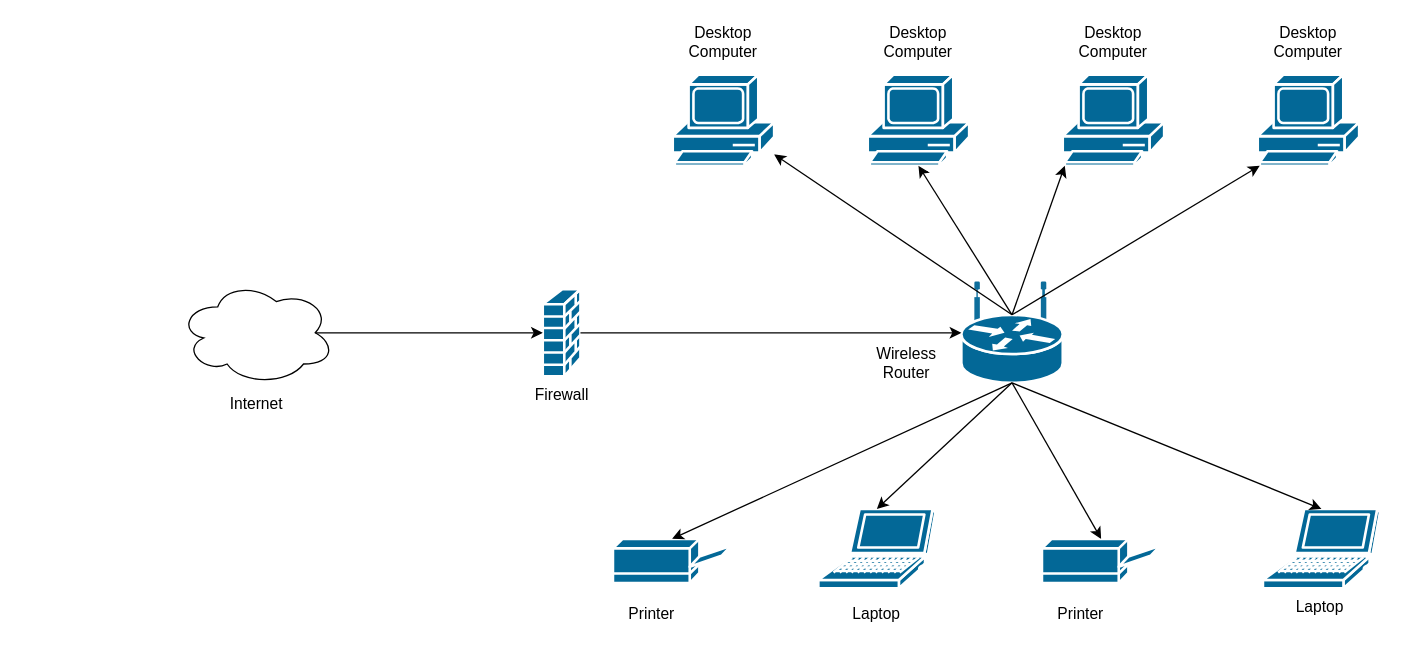
Above: Network Diagram.drawio in julieeesy/Network_Diagram (draw.io), before the change. Source tidied: cells renumbered, new cells numbered last; positions are measured from the earlier drawing's top-left corner, leaving out a move shared by most shapes. Both pictures are drawn from the tidied source at 130%, with x=0, y=0 at pixel (178, 22).
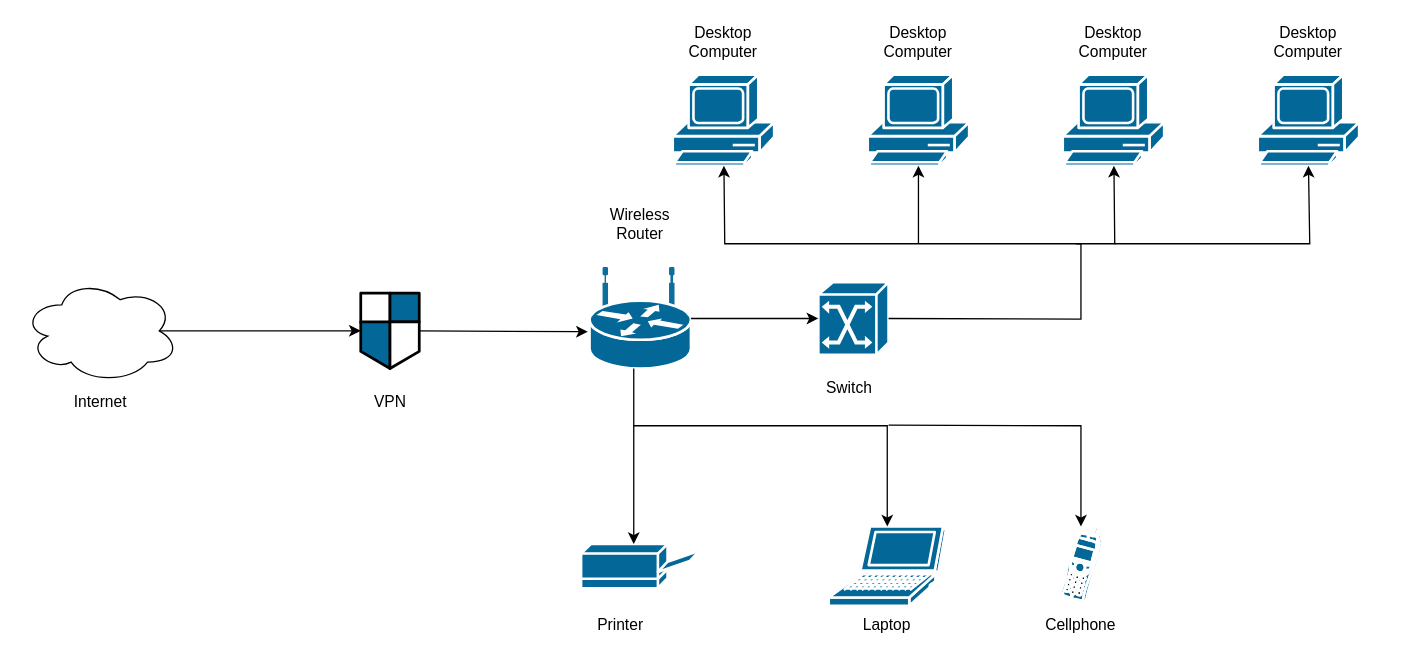
The same diagram, later.

Unchanged cells that the change refers to:
```xml
<mxCell id="2" style="shape=mxgraph.cisco.computers_and_peripherals.pc;sketch=0;html=1;dashed=0;fillColor=#036897;strokeColor=#ffffff;strokeWidth=2;verticalLabelPosition=bottom;verticalAlign=top;align=center;outlineConnect=0;" parent="1" vertex="1">
  <mxGeometry x="380" y="40" width="78" height="70" as="geometry" />
</mxCell>
<mxCell id="3" style="shape=mxgraph.cisco.computers_and_peripherals.pc;sketch=0;html=1;dashed=0;fillColor=#036897;strokeColor=#ffffff;strokeWidth=2;verticalLabelPosition=bottom;verticalAlign=top;align=center;outlineConnect=0;" parent="1" vertex="1">
  <mxGeometry x="680" y="40" width="78" height="70" as="geometry" />
</mxCell>
<mxCell id="4" style="shape=mxgraph.cisco.computers_and_peripherals.pc;sketch=0;html=1;dashed=0;fillColor=#036897;strokeColor=#ffffff;strokeWidth=2;verticalLabelPosition=bottom;verticalAlign=top;align=center;outlineConnect=0;" parent="1" vertex="1">
  <mxGeometry x="530" y="40" width="78" height="70" as="geometry" />
</mxCell>
<mxCell id="5" style="shape=mxgraph.cisco.computers_and_peripherals.pc;sketch=0;html=1;dashed=0;fillColor=#036897;strokeColor=#ffffff;strokeWidth=2;verticalLabelPosition=bottom;verticalAlign=top;align=center;outlineConnect=0;" parent="1" vertex="1">
  <mxGeometry x="830" y="40" width="78" height="70" as="geometry" />
</mxCell>
```

The edit, as a diff of the source:
```diff
@@
     <mxCell id="6" style="shape=mxgraph.cisco.computers_and_peripherals.printer;sketch=0;html=1;dashed=0;fillColor=#036897;strokeColor=#ffffff;strokeWidth=2;verticalLabelPosition=bottom;verticalAlign=top;align=center;outlineConnect=0;" parent="1" vertex="1">
-      <mxGeometry x="334" y="397" width="91" height="34" as="geometry" />
+      <mxGeometry x="309.5" y="401" width="91" height="34" as="geometry" />
     </mxCell>
-    <mxCell id="7" style="shape=mxgraph.cisco.security.firewall;sketch=0;html=1;dashed=0;fillColor=#036897;strokeColor=#ffffff;strokeWidth=2;verticalLabelPosition=bottom;verticalAlign=top;align=center;outlineConnect=0;" parent="1" vertex="1">
-      <mxGeometry x="280" y="205" width="29" height="67" as="geometry" />
-    </mxCell>
-    <mxCell id="8" style="shape=mxgraph.cisco.computers_and_peripherals.printer;sketch=0;html=1;dashed=0;fillColor=#036897;strokeColor=#ffffff;strokeWidth=2;verticalLabelPosition=bottom;verticalAlign=top;align=center;outlineConnect=0;" parent="1" vertex="1">
-      <mxGeometry x="664" y="397" width="91" height="34" as="geometry" />
-    </mxCell>
     <mxCell id="9" style="shape=mxgraph.cisco.computers_and_peripherals.laptop;sketch=0;html=1;dashed=0;fillColor=#036897;strokeColor=#ffffff;strokeWidth=2;verticalLabelPosition=bottom;verticalAlign=top;align=center;outlineConnect=0;" parent="1" vertex="1">
-      <mxGeometry x="492" y="374" width="90" height="61" as="geometry" />
+      <mxGeometry x="500" y="387.5" width="90" height="61" as="geometry" />
     </mxCell>
-    <mxCell id="10" style="shape=mxgraph.cisco.computers_and_peripherals.laptop;sketch=0;html=1;dashed=0;fillColor=#036897;strokeColor=#ffffff;strokeWidth=2;verticalLabelPosition=bottom;verticalAlign=top;align=center;outlineConnect=0;" parent="1" vertex="1">
-      <mxGeometry x="834" y="374" width="90" height="61" as="geometry" />
-    </mxCell>
     <mxCell id="11" style="shape=mxgraph.cisco.routers.wireless_router;sketch=0;html=1;dashed=0;fillColor=#036897;strokeColor=#ffffff;strokeWidth=2;verticalLabelPosition=bottom;verticalAlign=top;align=center;outlineConnect=0;" parent="1" vertex="1">
-      <mxGeometry x="602" y="200" width="78" height="77" as="geometry" />
+      <mxGeometry x="316" y="189" width="78" height="77" as="geometry" />
     </mxCell>
     <mxCell id="12" style="ellipse;shape=cloud;whiteSpace=wrap;html=1;" parent="1" vertex="1">
-      <mxGeometry y="198.5" width="120" height="80" as="geometry" />
+      <mxGeometry x="-120" y="197" width="120" height="80" as="geometry" />
     </mxCell>
-    <mxCell id="13" style="endArrow=classic;html=1;rounded=0;exitX=0.875;exitY=0.5;exitDx=0;exitDy=0;exitPerimeter=0;entryX=0;entryY=0.5;entryDx=0;entryDy=0;entryPerimeter=0;" parent="1" edge="1" source="12" target="7">
+    <mxCell id="13" style="endArrow=classic;html=1;rounded=0;exitX=0.875;exitY=0.5;exitDx=0;exitDy=0;exitPerimeter=0;entryX=0;entryY=0.5;entryDx=0;entryDy=0;entryPerimeter=0;" parent="1" edge="1" source="12" target="35">
       <mxGeometry relative="1" as="geometry" />
     </mxCell>
-    <mxCell id="14" style="endArrow=classic;html=1;rounded=0;exitX=1;exitY=0.5;exitDx=0;exitDy=0;exitPerimeter=0;entryX=0;entryY=0.5;entryDx=0;entryDy=0;entryPerimeter=0;" parent="1" edge="1" source="7" target="11">
+    <mxCell id="14" style="endArrow=classic;html=1;rounded=0;exitX=1;exitY=0.5;exitDx=0;exitDy=0;exitPerimeter=0;entryX=-0.017;entryY=0.632;entryDx=0;entryDy=0;entryPerimeter=0;" parent="1" edge="1" source="35" target="11">
       <mxGeometry relative="1" as="geometry" />
     </mxCell>
-    <mxCell id="15" style="endArrow=classic;html=1;rounded=0;exitX=0.5;exitY=0.32;exitDx=0;exitDy=0;exitPerimeter=0;" parent="1" edge="1" source="11" target="2">
-      <mxGeometry relative="1" as="geometry" />
-    </mxCell>
-    <mxCell id="16" style="endArrow=classic;html=1;rounded=0;exitX=0.5;exitY=0.32;exitDx=0;exitDy=0;exitPerimeter=0;entryX=0.5;entryY=1;entryDx=0;entryDy=0;entryPerimeter=0;" parent="1" edge="1" source="11" target="4">
-      <mxGeometry relative="1" as="geometry" />
-    </mxCell>
-    <mxCell id="17" style="endArrow=classic;html=1;rounded=0;exitX=0.5;exitY=0.32;exitDx=0;exitDy=0;exitPerimeter=0;entryX=0.02;entryY=1;entryDx=0;entryDy=0;entryPerimeter=0;" parent="1" edge="1" source="11" target="3">
-      <mxGeometry relative="1" as="geometry" />
-    </mxCell>
-    <mxCell id="18" style="endArrow=classic;html=1;rounded=0;exitX=0.5;exitY=0.32;exitDx=0;exitDy=0;exitPerimeter=0;entryX=0.02;entryY=1;entryDx=0;entryDy=0;entryPerimeter=0;" parent="1" edge="1" source="11" target="5">
-      <mxGeometry relative="1" as="geometry" />
-    </mxCell>
-    <mxCell id="19" style="endArrow=classic;html=1;rounded=0;exitX=0.5;exitY=1;exitDx=0;exitDy=0;exitPerimeter=0;entryX=0.5;entryY=0;entryDx=0;entryDy=0;entryPerimeter=0;" parent="1" edge="1" source="11" target="6">
-      <mxGeometry relative="1" as="geometry" />
+    <mxCell id="19" style="endArrow=classic;html=1;rounded=0;exitX=0.5;exitY=1;exitDx=0;exitDy=0;exitPerimeter=0;entryX=0.5;entryY=0;entryDx=0;entryDy=0;entryPerimeter=0;" parent="1" edge="1">
+      <mxGeometry relative="1" as="geometry">
+        <mxPoint x="350" y="266" as="sourcePoint" />
+        <mxPoint x="350" y="401" as="targetPoint" />
+      </mxGeometry>
     </mxCell>
-    <mxCell id="20" style="endArrow=classic;html=1;rounded=0;exitX=0.5;exitY=1;exitDx=0;exitDy=0;exitPerimeter=0;entryX=0.5;entryY=0;entryDx=0;entryDy=0;entryPerimeter=0;" parent="1" edge="1" source="11" target="9">
-      <mxGeometry relative="1" as="geometry" />
-    </mxCell>
-    <mxCell id="21" style="endArrow=classic;html=1;rounded=0;exitX=0.5;exitY=1;exitDx=0;exitDy=0;exitPerimeter=0;entryX=0.5;entryY=0;entryDx=0;entryDy=0;entryPerimeter=0;" parent="1" edge="1" source="11" target="8">
-      <mxGeometry relative="1" as="geometry" />
-    </mxCell>
-    <mxCell id="22" style="endArrow=classic;html=1;rounded=0;exitX=0.5;exitY=1;exitDx=0;exitDy=0;exitPerimeter=0;entryX=0.5;entryY=0;entryDx=0;entryDy=0;entryPerimeter=0;" parent="1" edge="1" source="11" target="10">
-      <mxGeometry relative="1" as="geometry" />
-    </mxCell>
     <mxCell id="23" value="Internet" style="text;html=1;strokeColor=none;fillColor=none;align=center;verticalAlign=middle;whiteSpace=wrap;rounded=0;" parent="1" vertex="1">
-      <mxGeometry x="30" y="278.5" width="60" height="30" as="geometry" />
+      <mxGeometry x="-90" y="277" width="60" height="30" as="geometry" />
     </mxCell>
-    <mxCell id="24" value="Firewall" style="text;html=1;strokeColor=none;fillColor=none;align=center;verticalAlign=middle;whiteSpace=wrap;rounded=0;" parent="1" vertex="1">
-      <mxGeometry x="264.5" y="272" width="60" height="30" as="geometry" />
+    <mxCell id="24" value="VPN" style="text;html=1;strokeColor=none;fillColor=none;align=center;verticalAlign=middle;whiteSpace=wrap;rounded=0;" parent="1" vertex="1">
+      <mxGeometry x="132.5" y="277" width="60" height="30" as="geometry" />
     </mxCell>
@@
     <mxCell id="29" value="Printer" style="text;html=1;strokeColor=none;fillColor=none;align=center;verticalAlign=middle;whiteSpace=wrap;rounded=0;" parent="1" vertex="1">
-      <mxGeometry x="334" y="440" width="60" height="30" as="geometry" />
+      <mxGeometry x="309.5" y="448.5" width="60" height="30" as="geometry" />
     </mxCell>
-    <mxCell id="30" value="Printer" style="text;html=1;strokeColor=none;fillColor=none;align=center;verticalAlign=middle;whiteSpace=wrap;rounded=0;" parent="1" vertex="1">
-      <mxGeometry x="664" y="440" width="60" height="30" as="geometry" />
+    <mxCell id="30" value="Cellphone" style="text;html=1;strokeColor=none;fillColor=none;align=center;verticalAlign=middle;whiteSpace=wrap;rounded=0;" parent="1" vertex="1">
+      <mxGeometry x="664" y="448.5" width="60" height="30" as="geometry" />
     </mxCell>
     <mxCell id="31" value="Laptop" style="text;html=1;strokeColor=none;fillColor=none;align=center;verticalAlign=middle;whiteSpace=wrap;rounded=0;" parent="1" vertex="1">
-      <mxGeometry x="507" y="440" width="60" height="30" as="geometry" />
+      <mxGeometry x="515" y="448.5" width="60" height="30" as="geometry" />
     </mxCell>
-    <mxCell id="32" value="Laptop" style="text;html=1;strokeColor=none;fillColor=none;align=center;verticalAlign=middle;whiteSpace=wrap;rounded=0;" parent="1" vertex="1">
-      <mxGeometry x="848" y="435" width="60" height="30" as="geometry" />
-    </mxCell>
     <mxCell id="33" value="Wireless Router" style="text;html=1;strokeColor=none;fillColor=none;align=center;verticalAlign=middle;whiteSpace=wrap;rounded=0;" parent="1" vertex="1">
-      <mxGeometry x="530" y="247" width="60" height="30" as="geometry" />
+      <mxGeometry x="325" y="140" width="60" height="30" as="geometry" />
     </mxCell>
+    <mxCell id="34" style="shape=mxgraph.cisco.switches.atm_switch;sketch=0;html=1;dashed=0;fillColor=#036897;strokeColor=#ffffff;strokeWidth=2;verticalLabelPosition=bottom;verticalAlign=top;align=center;outlineConnect=0;" parent="1" vertex="1">
+      <mxGeometry x="492" y="199.5" width="54" height="56" as="geometry" />
+    </mxCell>
+    <mxCell id="35" style="shape=mxgraph.cisco.security.network_security;sketch=0;html=1;dashed=0;fillColor=#036897;strokeColor=#ffffff;strokeWidth=2;verticalLabelPosition=bottom;verticalAlign=top;align=center;outlineConnect=0;" parent="1" vertex="1">
+      <mxGeometry x="140" y="208" width="45" height="58" as="geometry" />
+    </mxCell>
+    <mxCell id="36" style="endArrow=classic;html=1;rounded=0;entryX=0;entryY=0.5;entryDx=0;entryDy=0;entryPerimeter=0;" parent="1" edge="1" source="11" target="34">
+      <mxGeometry relative="1" as="geometry" />
+    </mxCell>
+    <mxCell id="37" style="endArrow=classic;html=1;rounded=0;exitX=1;exitY=0.5;exitDx=0;exitDy=0;exitPerimeter=0;" parent="1" edge="1" source="34" target="2">
+      <mxGeometry relative="1" as="geometry">
+        <Array as="points">
+          <mxPoint x="694" y="228" />
+          <mxPoint x="694" y="170" />
+          <mxPoint x="420" y="170" />
+        </Array>
+      </mxGeometry>
+    </mxCell>
+    <mxCell id="38" style="endArrow=classic;html=1;rounded=0;" parent="1" edge="1" target="4">
+      <mxGeometry relative="1" as="geometry">
+        <mxPoint x="569" y="170" as="sourcePoint" />
+      </mxGeometry>
+    </mxCell>
+    <mxCell id="39" style="endArrow=classic;html=1;rounded=0;" parent="1" edge="1" target="3">
+      <mxGeometry relative="1" as="geometry">
+        <mxPoint x="690" y="170" as="sourcePoint" />
+        <Array as="points">
+          <mxPoint x="720" y="170" />
+        </Array>
+      </mxGeometry>
+    </mxCell>
+    <mxCell id="40" style="endArrow=classic;html=1;rounded=0;entryX=0.5;entryY=1;entryDx=0;entryDy=0;entryPerimeter=0;" parent="1" edge="1" target="5">
+      <mxGeometry relative="1" as="geometry">
+        <mxPoint x="720" y="170" as="sourcePoint" />
+        <Array as="points">
+          <mxPoint x="870" y="170" />
+        </Array>
+      </mxGeometry>
+    </mxCell>
+    <mxCell id="41" value="Switch" style="text;html=1;strokeColor=none;fillColor=none;align=center;verticalAlign=middle;whiteSpace=wrap;rounded=0;" parent="1" vertex="1">
+      <mxGeometry x="486" y="266" width="60" height="30" as="geometry" />
+    </mxCell>
+    <mxCell id="42" style="endArrow=classic;html=1;rounded=0;" parent="1" edge="1" target="9">
+      <mxGeometry relative="1" as="geometry">
+        <mxPoint x="350" y="310" as="sourcePoint" />
+        <Array as="points">
+          <mxPoint x="545" y="310" />
+        </Array>
+      </mxGeometry>
+    </mxCell>
+    <mxCell id="43" style="shape=mxgraph.cisco.modems_and_phones.cell_phone;sketch=0;html=1;dashed=0;fillColor=#036897;strokeColor=#ffffff;strokeWidth=2;verticalLabelPosition=bottom;verticalAlign=top;align=center;outlineConnect=0;" parent="1" vertex="1">
+      <mxGeometry x="677" y="387.5" width="34" height="58" as="geometry" />
+    </mxCell>
+    <mxCell id="44" style="endArrow=classic;html=1;rounded=0;" parent="1" edge="1" target="43">
+      <mxGeometry relative="1" as="geometry">
+        <mxPoint x="546" y="309.5" as="sourcePoint" />
+        <Array as="points">
+          <mxPoint x="694" y="310" />
+        </Array>
+      </mxGeometry>
+    </mxCell>
```
